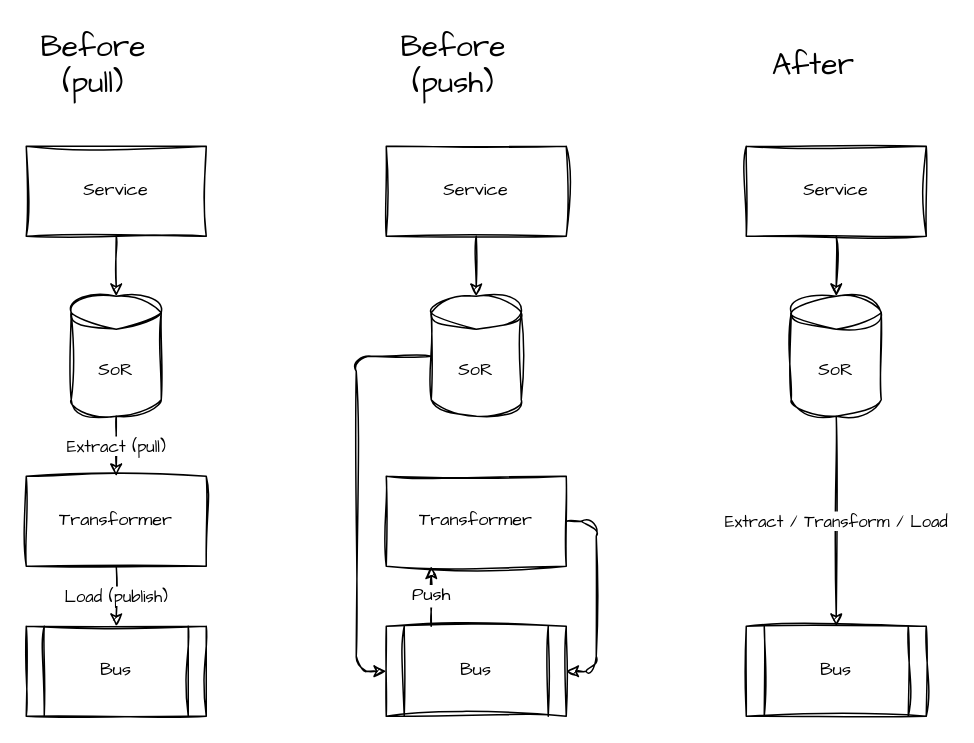
codingconcepts/architecture-simplification keeps this draw.io diagram as 001_fragile_data_integrations/etl/diagram.drawio. Above is the earlier version. Source tidied: cells renumbered, new cells numbered last; positions are measured from the earlier drawing's top-left corner, leaving out a move shared by most shapes. Both pictures are drawn from the tidied source at 150%, with x=0, y=0 at pixel (26, 40).
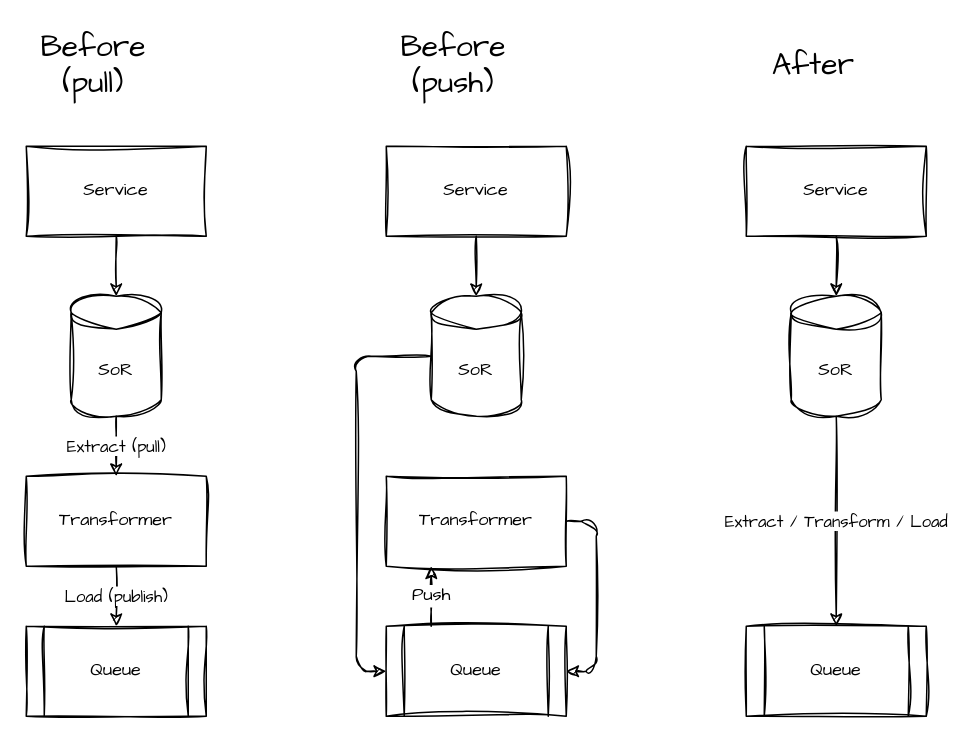
The same diagram, later.

Commit message (it also covers changes not shown here):
feat: Add error example for queue coherence demo

The edit, as a diff of the source:
```diff
@@
-    <mxCell id="8" value="Bus" style="shape=process;whiteSpace=wrap;html=1;backgroundOutline=1;sketch=1;curveFitting=1;jiggle=2;fontFamily=Architects Daughter;fillColor=none;" parent="1" vertex="1">
+    <mxCell id="8" value="Queue" style="shape=process;whiteSpace=wrap;html=1;backgroundOutline=1;sketch=1;curveFitting=1;jiggle=2;fontFamily=Architects Daughter;fillColor=none;" parent="1" vertex="1">
       <mxGeometry y="390" width="120" height="60" as="geometry" />
     </mxCell>
@@
-    <mxCell id="14" value="Bus" style="shape=process;whiteSpace=wrap;html=1;backgroundOutline=1;sketch=1;curveFitting=1;jiggle=2;fontFamily=Architects Daughter;fillColor=none;" parent="1" vertex="1">
+    <mxCell id="14" value="Queue" style="shape=process;whiteSpace=wrap;html=1;backgroundOutline=1;sketch=1;curveFitting=1;jiggle=2;fontFamily=Architects Daughter;fillColor=none;" parent="1" vertex="1">
       <mxGeometry x="480" y="390" width="120" height="60" as="geometry" />
     </mxCell>
@@
-    <mxCell id="23" value="Bus" style="shape=process;whiteSpace=wrap;html=1;backgroundOutline=1;sketch=1;curveFitting=1;jiggle=2;fontFamily=Architects Daughter;fillColor=none;" parent="1" vertex="1">
+    <mxCell id="23" value="Queue" style="shape=process;whiteSpace=wrap;html=1;backgroundOutline=1;sketch=1;curveFitting=1;jiggle=2;fontFamily=Architects Daughter;fillColor=none;" parent="1" vertex="1">
       <mxGeometry x="240" y="390" width="120" height="60" as="geometry" />
     </mxCell>
```
